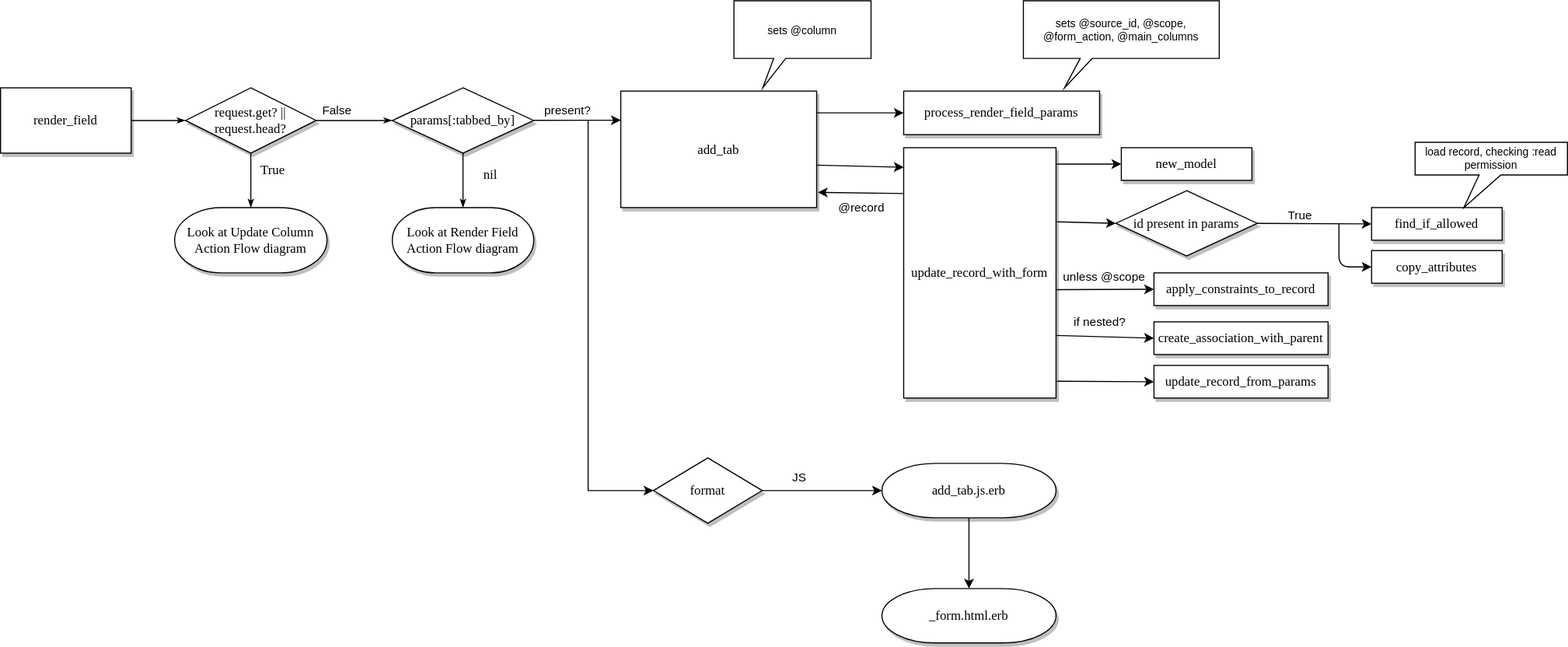
Before: diagrams/render_field_add_tab.drawio.svg, a diagram exported from draw.io (activescaffold/active_scaffold). Source tidied: cells renumbered, new cells last; positions are measured from the earlier drawing's top-left corner, leaving out a move shared by most shapes. Source of this version:
```xml
<mxGraphModel>
  <root>
    <mxCell id="0" />
    <mxCell id="1" parent="0" />
    <mxCell id="2" style="edgeStyle=orthogonalEdgeStyle;rounded=0;html=1;labelBackgroundColor=none;startSize=5;endArrow=classicThin;endFill=1;endSize=5;jettySize=auto;strokeWidth=1;fontFamily=Verdana;fontSize=12;exitX=1;exitY=0.5;exitDx=0;exitDy=0;" parent="1" edge="1" source="7" target="6">
      <mxGeometry relative="1" as="geometry" />
    </mxCell>
    <mxCell id="3" style="edgeStyle=orthogonalEdgeStyle;rounded=0;html=1;labelBackgroundColor=none;startSize=5;endArrow=classicThin;endFill=1;endSize=5;jettySize=auto;strokeWidth=1;fontFamily=Verdana;fontSize=12;exitX=1;exitY=0.5;exitDx=0;exitDy=0;entryX=0;entryY=0.5;entryDx=0;entryDy=0;" parent="1" edge="1" source="6" target="12">
      <mxGeometry relative="1" as="geometry" />
    </mxCell>
    <mxCell id="4" value="False" style="edgeLabel;html=1;align=center;verticalAlign=middle;" parent="3" vertex="1">
      <mxGeometry x="-0.49" y="-2" relative="1" as="geometry">
        <mxPoint y="-12" as="offset" />
      </mxGeometry>
    </mxCell>
    <mxCell id="5" value="True" style="edgeStyle=orthogonalEdgeStyle;rounded=0;html=1;labelBackgroundColor=none;startSize=5;endArrow=classicThin;endFill=1;endSize=5;jettySize=auto;strokeWidth=1;fontFamily=Verdana;fontSize=12;entryX=0.5;entryY=0;entryDx=0;entryDy=0;entryPerimeter=0;" parent="1" edge="1" source="6" target="8">
      <mxGeometry x="-0.38" y="20" relative="1" as="geometry" />
    </mxCell>
    <mxCell id="6" value="request.get? ||&lt;br&gt;request.head?" style="rhombus;whiteSpace=wrap;html=1;rounded=0;shadow=1;labelBackgroundColor=none;strokeWidth=1;fontFamily=Verdana;fontSize=12;align=center;" parent="1" vertex="1">
      <mxGeometry x="170" y="80" width="120" height="60" as="geometry" />
    </mxCell>
    <mxCell id="7" value="render_field" style="rounded=0;whiteSpace=wrap;html=1;shadow=1;labelBackgroundColor=none;strokeWidth=1;fontFamily=Verdana;fontSize=12;align=center;" parent="1" vertex="1">
      <mxGeometry y="80" width="120" height="60" as="geometry" />
    </mxCell>
    <mxCell id="8" value="Look at Update Column&lt;br&gt;Action Flow diagram" style="strokeWidth=1;html=1;shape=mxgraph.flowchart.terminator;whiteSpace=wrap;rounded=0;shadow=1;strokeColor=default;align=center;verticalAlign=middle;fontFamily=Verdana;fontSize=12;fontColor=default;labelBackgroundColor=none;fillColor=default;" parent="1" vertex="1">
      <mxGeometry x="160" y="190" width="140" height="60" as="geometry" />
    </mxCell>
    <mxCell id="9" value="present?" style="edgeLabel;html=1;align=center;verticalAlign=middle;" parent="1" vertex="1">
      <mxGeometry x="520" y="100" as="geometry" />
    </mxCell>
    <mxCell id="10" value="nil" style="edgeStyle=orthogonalEdgeStyle;rounded=0;html=1;labelBackgroundColor=none;startSize=5;endArrow=classicThin;endFill=1;endSize=5;jettySize=auto;strokeWidth=1;fontFamily=Verdana;fontSize=12;entryX=0.5;entryY=0;entryDx=0;entryDy=0;entryPerimeter=0;" parent="1" edge="1" source="12" target="13">
      <mxGeometry x="-0.2" y="25" relative="1" as="geometry" />
    </mxCell>
    <mxCell id="11" style="edgeStyle=none;html=1;entryX=0;entryY=0.25;entryDx=0;entryDy=0;" parent="1" edge="1" source="12" target="16">
      <mxGeometry relative="1" as="geometry" />
    </mxCell>
    <mxCell id="12" value="params[:tabbed_by]" style="rhombus;whiteSpace=wrap;html=1;rounded=0;shadow=1;labelBackgroundColor=none;strokeWidth=1;fontFamily=Verdana;fontSize=12;align=center;" parent="1" vertex="1">
      <mxGeometry x="360" y="80" width="130" height="60" as="geometry" />
    </mxCell>
    <mxCell id="13" value="Look at Render Field&lt;br style=&quot;border-color: var(--border-color);&quot;&gt;Action Flow diagram" style="strokeWidth=1;html=1;shape=mxgraph.flowchart.terminator;whiteSpace=wrap;rounded=0;shadow=1;strokeColor=default;align=center;verticalAlign=middle;fontFamily=Verdana;fontSize=12;fontColor=default;labelBackgroundColor=none;fillColor=default;" parent="1" vertex="1">
      <mxGeometry x="360" y="190" width="130" height="60" as="geometry" />
    </mxCell>
    <mxCell id="14" style="edgeStyle=none;html=1;exitX=1;exitY=0.636;exitDx=0;exitDy=0;exitPerimeter=0;entryX=0;entryY=0.078;entryDx=0;entryDy=0;entryPerimeter=0;" parent="1" edge="1" source="16" target="32">
      <mxGeometry relative="1" as="geometry" />
    </mxCell>
    <mxCell id="15" style="edgeStyle=none;html=1;" parent="1" edge="1" target="26">
      <mxGeometry relative="1" as="geometry">
        <mxPoint x="750" y="103" as="sourcePoint" />
      </mxGeometry>
    </mxCell>
    <mxCell id="16" value="add_tab" style="rounded=0;whiteSpace=wrap;html=1;shadow=1;labelBackgroundColor=none;strokeWidth=1;fontFamily=Verdana;fontSize=12;align=center;" parent="1" vertex="1">
      <mxGeometry x="570" y="83" width="180" height="107" as="geometry" />
    </mxCell>
    <mxCell id="17" style="edgeStyle=orthogonalEdgeStyle;rounded=0;jettySize=auto;html=1;exitX=1;exitY=0.5;exitDx=0;exitDy=0;entryX=0;entryY=0.5;entryDx=0;entryDy=0;entryPerimeter=0;" parent="1" edge="1" source="19" target="22">
      <mxGeometry relative="1" as="geometry" />
    </mxCell>
    <mxCell id="18" value="JS" style="edgeLabel;html=1;align=center;verticalAlign=middle;" parent="17" vertex="1">
      <mxGeometry x="-0.22" relative="1" as="geometry">
        <mxPoint x="-10" y="-13" as="offset" />
      </mxGeometry>
    </mxCell>
    <mxCell id="19" value="format" style="rhombus;whiteSpace=wrap;html=1;rounded=0;shadow=1;labelBackgroundColor=none;strokeWidth=1;fontFamily=Verdana;fontSize=12;align=center;" parent="1" vertex="1">
      <mxGeometry x="600" y="420" width="100" height="60" as="geometry" />
    </mxCell>
    <mxCell id="20" style="edgeStyle=orthogonalEdgeStyle;rounded=0;jettySize=auto;html=1;" parent="1" edge="1" target="19">
      <mxGeometry relative="1" as="geometry">
        <mxPoint x="540" y="110" as="sourcePoint" />
        <Array as="points">
          <mxPoint x="540" y="123" />
          <mxPoint x="540" y="293" />
        </Array>
      </mxGeometry>
    </mxCell>
    <mxCell id="21" style="edgeStyle=none;html=1;" parent="1" edge="1" source="22" target="45">
      <mxGeometry relative="1" as="geometry" />
    </mxCell>
    <mxCell id="22" value="add_tab.js.erb" style="strokeWidth=1;html=1;shape=mxgraph.flowchart.terminator;whiteSpace=wrap;rounded=0;shadow=1;labelBackgroundColor=none;fontFamily=Verdana;fontSize=12;align=center;" parent="1" vertex="1">
      <mxGeometry x="810" y="425" width="160" height="50" as="geometry" />
    </mxCell>
    <mxCell id="23" value="sets @column" style="shape=callout;whiteSpace=wrap;html=1;perimeter=calloutPerimeter;size=27;position=0.29;position2=0.21;fontSize=10;base=11;" parent="1" vertex="1">
      <mxGeometry x="674" width="126" height="80" as="geometry" />
    </mxCell>
    <mxCell id="24" style="edgeStyle=none;html=1;exitX=0.007;exitY=0.183;exitDx=0;exitDy=0;entryX=1.006;entryY=0.869;entryDx=0;entryDy=0;entryPerimeter=0;exitPerimeter=0;" parent="1" edge="1" source="32" target="16">
      <mxGeometry relative="1" as="geometry" />
    </mxCell>
    <mxCell id="25" value="@record" style="edgeLabel;html=1;align=center;verticalAlign=middle;" parent="24" vertex="1">
      <mxGeometry x="-0.55" y="3" relative="1" as="geometry">
        <mxPoint x="-22" y="10" as="offset" />
      </mxGeometry>
    </mxCell>
    <mxCell id="26" value="process_render_field_params" style="rounded=0;whiteSpace=wrap;html=1;shadow=1;labelBackgroundColor=none;strokeWidth=1;fontFamily=Verdana;fontSize=12;align=center;" parent="1" vertex="1">
      <mxGeometry x="830" y="83" width="180" height="40" as="geometry" />
    </mxCell>
    <mxCell id="27" value="sets @source_id, @scope, @form_action, @main_columns" style="shape=callout;whiteSpace=wrap;html=1;perimeter=calloutPerimeter;size=27;position=0.29;position2=0.21;fontSize=10;base=11;" parent="1" vertex="1">
      <mxGeometry x="940" width="180" height="80" as="geometry" />
    </mxCell>
    <mxCell id="28" style="edgeStyle=none;html=1;" parent="1" edge="1" target="33">
      <mxGeometry relative="1" as="geometry">
        <mxPoint x="970" y="150" as="sourcePoint" />
      </mxGeometry>
    </mxCell>
    <mxCell id="29" value="unless @scope" style="edgeStyle=none;html=1;entryX=0;entryY=0.5;entryDx=0;entryDy=0;exitX=1;exitY=0.567;exitDx=0;exitDy=0;exitPerimeter=0;" parent="1" edge="1" source="32" target="34">
      <mxGeometry x="-0.02" y="11" relative="1" as="geometry" />
    </mxCell>
    <mxCell id="30" value="if nested?" style="edgeStyle=none;html=1;entryX=0;entryY=0.5;entryDx=0;entryDy=0;exitX=1;exitY=0.75;exitDx=0;exitDy=0;" parent="1" edge="1" source="32" target="35">
      <mxGeometry x="-0.12" y="14" relative="1" as="geometry" />
    </mxCell>
    <mxCell id="31" style="edgeStyle=none;html=1;entryX=0;entryY=0.5;entryDx=0;entryDy=0;exitX=1.006;exitY=0.933;exitDx=0;exitDy=0;exitPerimeter=0;" parent="1" edge="1" source="32" target="36">
      <mxGeometry relative="1" as="geometry" />
    </mxCell>
    <mxCell id="32" value="update_record_with_form" style="rounded=0;whiteSpace=wrap;html=1;shadow=1;labelBackgroundColor=none;strokeWidth=1;fontFamily=Verdana;fontSize=12;align=center;" parent="1" vertex="1">
      <mxGeometry x="830" y="135" width="140" height="230" as="geometry" />
    </mxCell>
    <mxCell id="33" value="new_model" style="rounded=0;whiteSpace=wrap;html=1;fontFamily=Verdana;shadow=1;labelBackgroundColor=none;strokeWidth=1;" parent="1" vertex="1">
      <mxGeometry x="1030" y="135" width="120" height="30" as="geometry" />
    </mxCell>
    <mxCell id="34" value="apply_constraints_to_record" style="rounded=0;whiteSpace=wrap;html=1;shadow=1;labelBackgroundColor=none;strokeWidth=1;fontFamily=Verdana;fontSize=12;align=center;" parent="1" vertex="1">
      <mxGeometry x="1060" y="250" width="160" height="30" as="geometry" />
    </mxCell>
    <mxCell id="35" value="create_association_with_parent" style="rounded=0;whiteSpace=wrap;html=1;shadow=1;labelBackgroundColor=none;strokeWidth=1;fontFamily=Verdana;fontSize=12;align=center;" parent="1" vertex="1">
      <mxGeometry x="1060" y="295" width="160" height="30" as="geometry" />
    </mxCell>
    <mxCell id="36" value="update_record_from_params" style="rounded=0;whiteSpace=wrap;html=1;shadow=1;labelBackgroundColor=none;strokeWidth=1;fontFamily=Verdana;fontSize=12;align=center;" parent="1" vertex="1">
      <mxGeometry x="1060" y="335" width="160" height="30" as="geometry" />
    </mxCell>
    <mxCell id="37" style="edgeStyle=none;html=1;exitX=1.007;exitY=0.296;exitDx=0;exitDy=0;entryX=0;entryY=0.5;entryDx=0;entryDy=0;exitPerimeter=0;" parent="1" edge="1" source="32" target="43">
      <mxGeometry relative="1" as="geometry" />
    </mxCell>
    <mxCell id="38" style="rounded=0;jettySize=auto;html=1;exitX=1;exitY=0.5;exitDx=0;exitDy=0;entryX=0;entryY=0.5;entryDx=0;entryDy=0;" parent="1" edge="1" source="43" target="40">
      <mxGeometry relative="1" as="geometry" />
    </mxCell>
    <mxCell id="39" value="True" style="edgeLabel;html=1;align=center;verticalAlign=middle;" parent="38" vertex="1">
      <mxGeometry x="-0.27" y="1" relative="1" as="geometry">
        <mxPoint y="-7" as="offset" />
      </mxGeometry>
    </mxCell>
    <mxCell id="40" value="find_if_allowed" style="rounded=0;whiteSpace=wrap;html=1;shadow=1;labelBackgroundColor=none;strokeWidth=1;fontFamily=Verdana;fontSize=12;align=center;" parent="1" vertex="1">
      <mxGeometry x="1260" y="190" width="120" height="30" as="geometry" />
    </mxCell>
    <mxCell id="41" value="load record, checking :read permission" style="shape=callout;whiteSpace=wrap;html=1;perimeter=calloutPerimeter;size=30;position=0.42;position2=0.32;fontSize=10;" parent="1" vertex="1">
      <mxGeometry x="1300" y="130" width="140" height="60" as="geometry" />
    </mxCell>
    <mxCell id="42" style="edgeStyle=none;html=1;entryX=0;entryY=0.5;entryDx=0;entryDy=0;" parent="1" edge="1" target="44">
      <mxGeometry relative="1" as="geometry">
        <mxPoint x="1230" y="204.5" as="sourcePoint" />
        <Array as="points">
          <mxPoint x="1230" y="244.5" />
        </Array>
      </mxGeometry>
    </mxCell>
    <mxCell id="43" value="id present in params" style="rhombus;whiteSpace=wrap;html=1;rounded=0;shadow=1;labelBackgroundColor=none;strokeWidth=1;fontFamily=Verdana;fontSize=12;align=center;" parent="1" vertex="1">
      <mxGeometry x="1025" y="174.5" width="130" height="60" as="geometry" />
    </mxCell>
    <mxCell id="44" value="copy_attributes" style="rounded=0;whiteSpace=wrap;html=1;shadow=1;labelBackgroundColor=none;strokeWidth=1;fontFamily=Verdana;fontSize=12;align=center;" parent="1" vertex="1">
      <mxGeometry x="1260" y="229.5" width="120" height="30" as="geometry" />
    </mxCell>
    <mxCell id="45" value="_form.html.erb" style="strokeWidth=1;html=1;shape=mxgraph.flowchart.terminator;whiteSpace=wrap;rounded=0;shadow=1;labelBackgroundColor=none;fontFamily=Verdana;fontSize=12;align=center;" parent="1" vertex="1">
      <mxGeometry x="810" y="540" width="160" height="50" as="geometry" />
    </mxCell>
  </root>
</mxGraphModel>
```
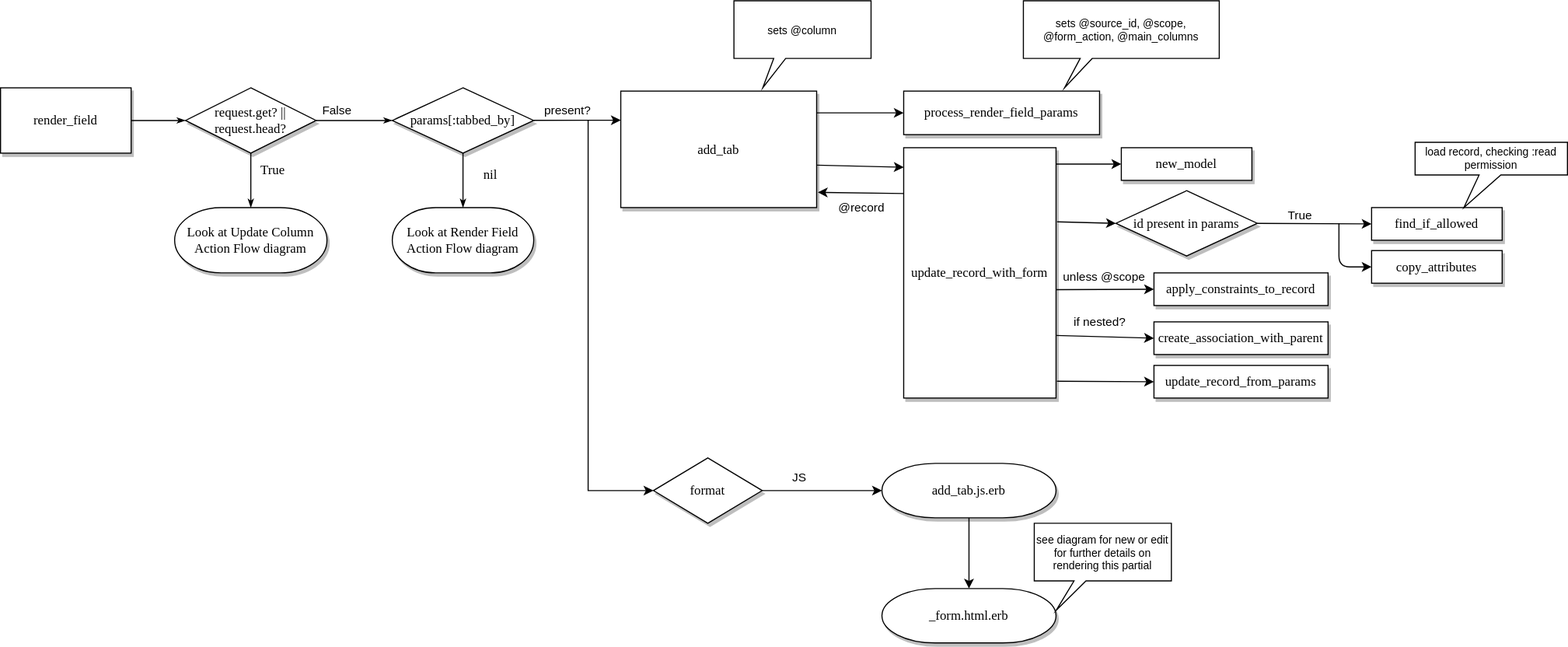
The same file after the commit.

Commit message:
note for further details on partial rendering on the diagrams

[skip ci]

Change to the diagram source:
```diff
@@ -157,5 +157,8 @@
     <mxCell id="45" value="_form.html.erb" style="strokeWidth=1;html=1;shape=mxgraph.flowchart.terminator;whiteSpace=wrap;rounded=0;shadow=1;labelBackgroundColor=none;fontFamily=Verdana;fontSize=12;align=center;" parent="1" vertex="1">
       <mxGeometry x="810" y="540" width="160" height="50" as="geometry" />
     </mxCell>
+    <mxCell id="46" value="see diagram for new or edit for further details on rendering this partial" style="shape=callout;whiteSpace=wrap;html=1;perimeter=calloutPerimeter;size=27;position=0.29;position2=0.16;fontSize=10;base=11;" parent="1" vertex="1">
+      <mxGeometry x="950" y="480" width="126" height="80" as="geometry" />
+    </mxCell>
   </root>
 </mxGraphModel>
```
